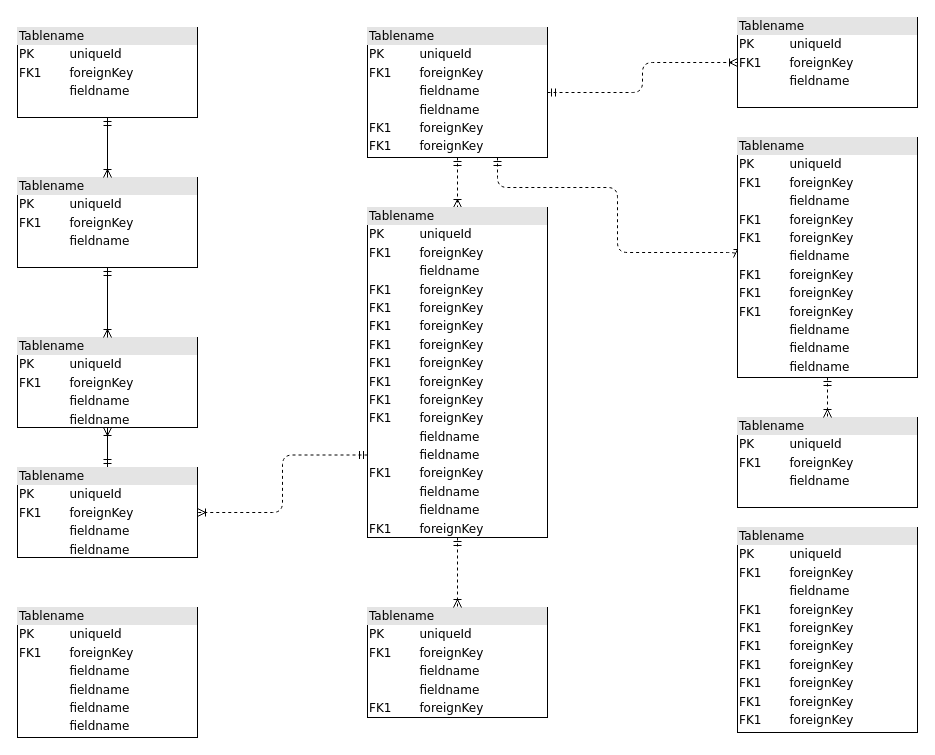
The draw.io diagram page "Page-1" (1 of 4) of Untitled Diagram.drawio in Racchel/kafka-node, before the edit. Source tidied: cells renumbered, new cells numbered last; positions are measured from the earlier drawing's top-left corner, leaving out a move shared by most shapes. Both pictures are drawn from the tidied source at 100%, with x=0, y=0 at pixel (17, 17).
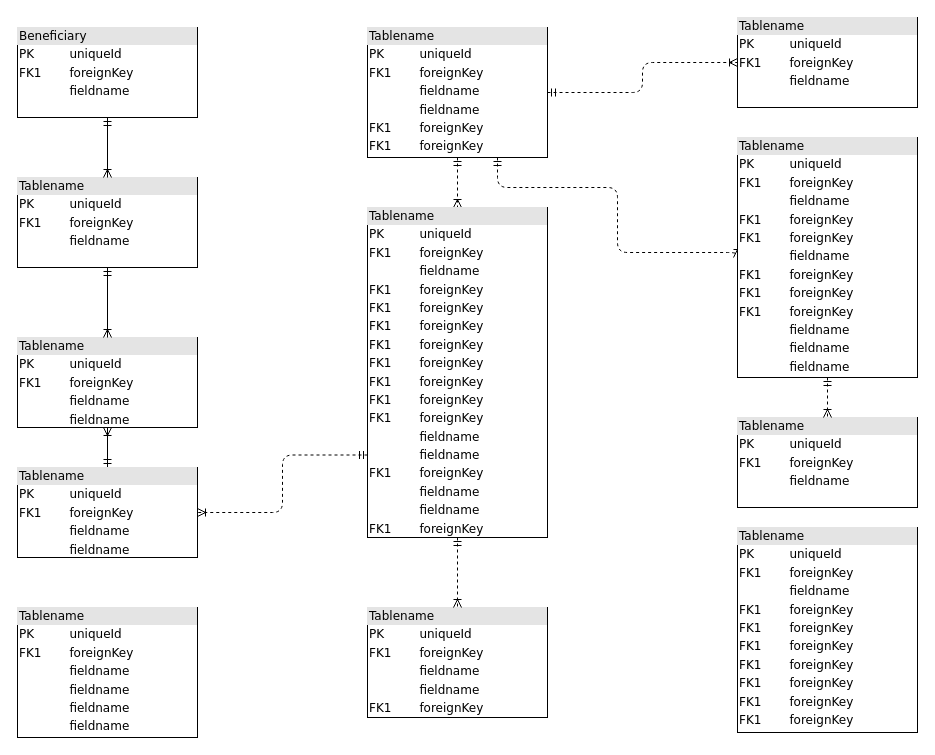
The same page after the edit.

Change to the diagram source:
```diff
@@
-    <mxCell id="2" value="&lt;div style=&quot;box-sizing:border-box;width:100%;background:#e4e4e4;padding:2px;&quot;&gt;Tablename&lt;/div&gt;&lt;table style=&quot;width:100%;font-size:1em;&quot; cellpadding=&quot;2&quot; cellspacing=&quot;0&quot;&gt;&lt;tr&gt;&lt;td&gt;PK&lt;/td&gt;&lt;td&gt;uniqueId&lt;/td&gt;&lt;/tr&gt;&lt;tr&gt;&lt;td&gt;FK1&lt;/td&gt;&lt;td&gt;foreignKey&lt;/td&gt;&lt;/tr&gt;&lt;tr&gt;&lt;td&gt;&lt;/td&gt;&lt;td&gt;fieldname&lt;/td&gt;&lt;/tr&gt;&lt;/table&gt;" style="verticalAlign=top;align=left;overflow=fill;html=1;rounded=0;shadow=0;comic=0;labelBackgroundColor=none;strokeWidth=1;fontFamily=Verdana;fontSize=12;" parent="1" vertex="1">
+    <mxCell id="2" value="&lt;div style=&quot;box-sizing: border-box ; width: 100% ; background: #e4e4e4 ; padding: 2px&quot;&gt;Beneficiary&lt;/div&gt;&lt;table style=&quot;width: 100% ; font-size: 1em&quot; cellpadding=&quot;2&quot; cellspacing=&quot;0&quot;&gt;&lt;tbody&gt;&lt;tr&gt;&lt;td&gt;PK&lt;/td&gt;&lt;td&gt;uniqueId&lt;/td&gt;&lt;/tr&gt;&lt;tr&gt;&lt;td&gt;FK1&lt;/td&gt;&lt;td&gt;foreignKey&lt;/td&gt;&lt;/tr&gt;&lt;tr&gt;&lt;td&gt;&lt;/td&gt;&lt;td&gt;fieldname&lt;/td&gt;&lt;/tr&gt;&lt;/tbody&gt;&lt;/table&gt;" style="verticalAlign=top;align=left;overflow=fill;html=1;rounded=0;shadow=0;comic=0;labelBackgroundColor=none;strokeWidth=1;fontFamily=Verdana;fontSize=12;" parent="1" vertex="1">
       <mxGeometry y="10" width="180" height="90" as="geometry" />
     </mxCell>
```
